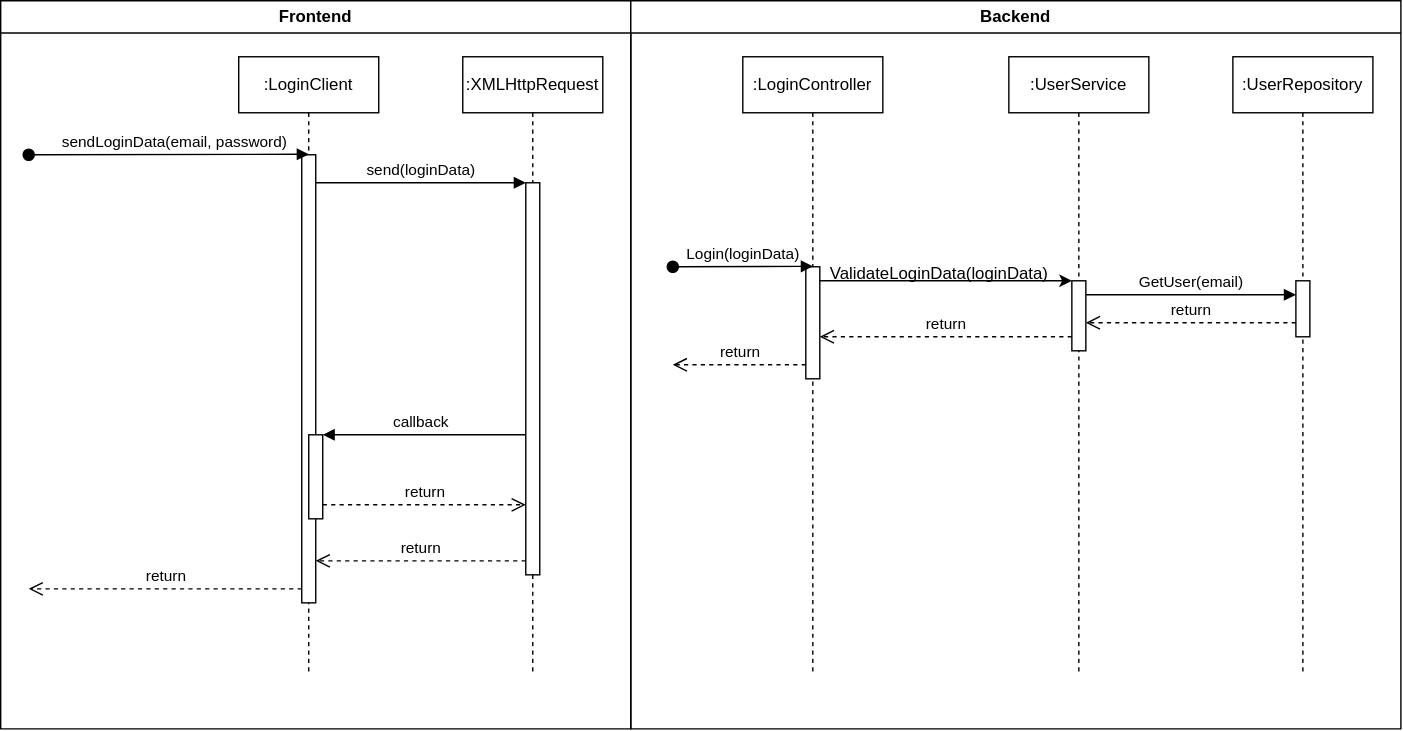
This is Project_Doc/Diagrams/login-sequence-diagram.drawio.svg from SE-TINF22B6/CookHub, a draw.io export, as it was before one commit. Source tidied: cells renumbered, new cells last; positions are measured from the earlier drawing's top-left corner, leaving out a move shared by most shapes.
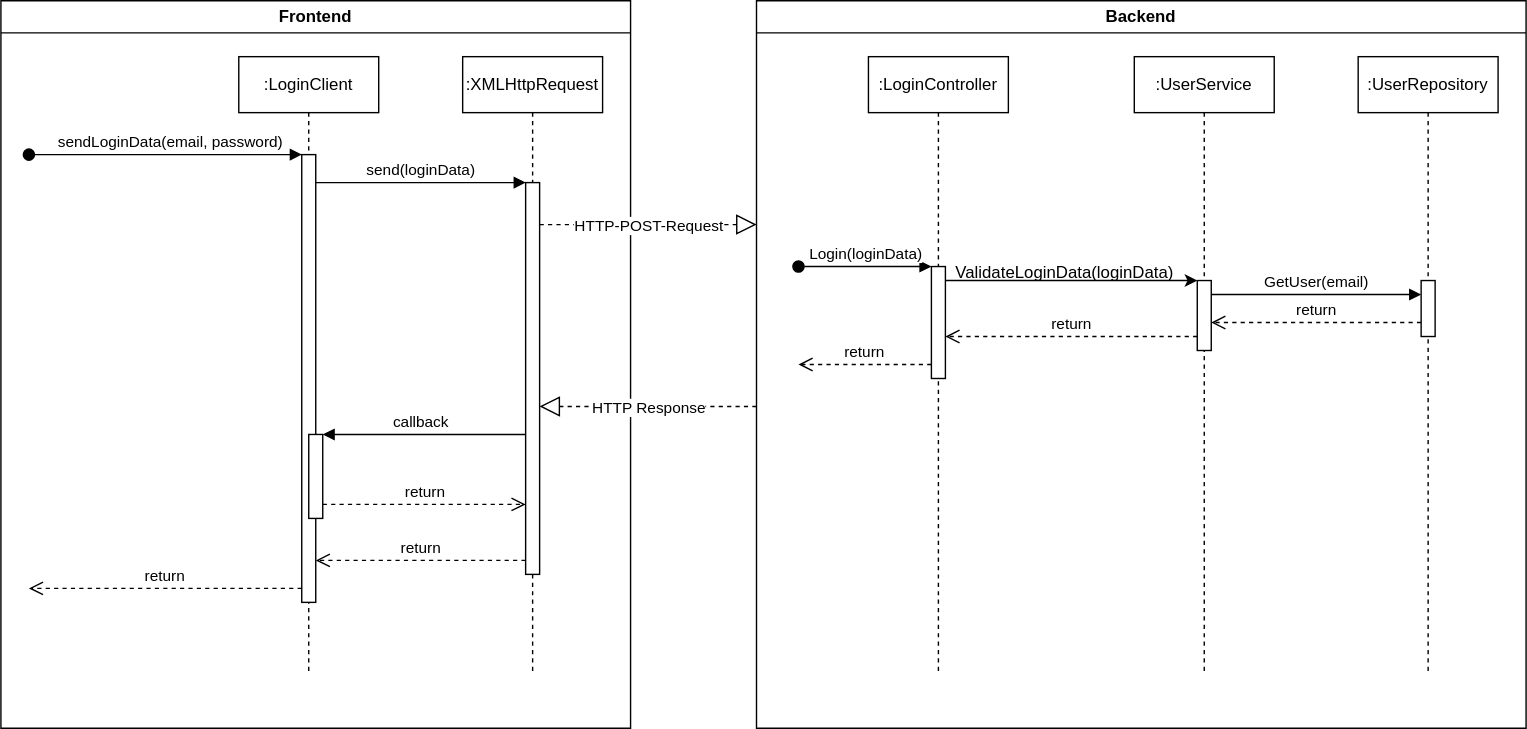
The same file after the commit.

Diff of the diagram source:
```diff
@@ -3,7 +3,7 @@
     <mxCell id="0" />
     <mxCell id="1" parent="0" />
     <mxCell id="2" value=":LoginClient" style="shape=umlLifeline;perimeter=lifelinePerimeter;whiteSpace=wrap;html=1;newEdgeStyle={&quot;edgeStyle&quot;:&quot;elbowEdgeStyle&quot;,&quot;elbow&quot;:&quot;vertical&quot;,&quot;curved&quot;:0,&quot;rounded&quot;:0};" parent="1" vertex="1">
-      <mxGeometry x="170" y="40" width="100" height="440" as="geometry" />
+      <mxGeometry x="80" y="40" width="100" height="440" as="geometry" />
     </mxCell>
     <mxCell id="3" style="html=1;points=[];perimeter=orthogonalPerimeter;outlineConnect=0;targetShapes=umlLifeline;portConstraint=eastwest;newEdgeStyle={&quot;edgeStyle&quot;:&quot;elbowEdgeStyle&quot;,&quot;elbow&quot;:&quot;vertical&quot;,&quot;curved&quot;:0,&quot;rounded&quot;:0};" parent="2" vertex="1">
       <mxGeometry x="45" y="70" width="10" height="320" as="geometry" />
@@ -14,7 +14,7 @@
       </mxGeometry>
     </mxCell>
     <mxCell id="5" value=":XMLHttpRequest" style="shape=umlLifeline;perimeter=lifelinePerimeter;whiteSpace=wrap;html=1;newEdgeStyle={&quot;edgeStyle&quot;:&quot;elbowEdgeStyle&quot;,&quot;elbow&quot;:&quot;vertical&quot;,&quot;curved&quot;:0,&quot;rounded&quot;:0};" parent="1" vertex="1">
-      <mxGeometry x="330" y="40" width="100" height="440" as="geometry" />
+      <mxGeometry x="240" y="40" width="100" height="440" as="geometry" />
     </mxCell>
     <mxCell id="6" style="html=1;points=[];perimeter=orthogonalPerimeter;outlineConnect=0;targetShapes=umlLifeline;portConstraint=eastwest;newEdgeStyle={&quot;edgeStyle&quot;:&quot;elbowEdgeStyle&quot;,&quot;elbow&quot;:&quot;vertical&quot;,&quot;curved&quot;:0,&quot;rounded&quot;:0};" parent="5" vertex="1">
       <mxGeometry x="45" y="90" width="10" height="280" as="geometry" />
@@ -61,7 +61,7 @@
     <mxCell id="12" value="send(loginData)" style="html=1;verticalAlign=bottom;endArrow=block;edgeStyle=elbowEdgeStyle;elbow=vertical;curved=0;rounded=0;" parent="1" edge="1" source="3" target="6">
       <mxGeometry relative="1" as="geometry">
         <Array as="points">
-          <mxPoint x="295" y="130" />
+          <mxPoint x="205" y="130" />
         </Array>
       </mxGeometry>
     </mxCell>
@@ -99,8 +99,17 @@
       </mxGeometry>
     </mxCell>
     <mxCell id="21" value="Frontend" style="swimlane;whiteSpace=wrap;html=1;" parent="1" vertex="1">
-      <mxGeometry width="450" height="520" as="geometry" />
+      <mxGeometry x="-90" width="450" height="520" as="geometry" />
     </mxCell>
+    <mxCell id="28" style="endArrow=block;dashed=1;endFill=0;endSize=12;html=1;rounded=0;" parent="21" edge="1">
+      <mxGeometry relative="1" as="geometry">
+        <mxPoint x="385" y="160" as="sourcePoint" />
+        <mxPoint x="540" y="160" as="targetPoint" />
+      </mxGeometry>
+    </mxCell>
+    <mxCell id="29" value="HTTP-POST-Request" style="edgeLabel;html=1;align=center;verticalAlign=middle;" parent="28" vertex="1">
+      <mxGeometry relative="1" as="geometry" />
+    </mxCell>
     <mxCell id="22" value="Backend" style="swimlane;whiteSpace=wrap;html=1;" parent="1" vertex="1">
       <mxGeometry x="450" width="550" height="520" as="geometry" />
     </mxCell>
@@ -135,5 +144,14 @@
         </Array>
       </mxGeometry>
     </mxCell>
+    <mxCell id="30" style="endArrow=block;dashed=1;endFill=0;endSize=12;html=1;rounded=0;" parent="1" edge="1">
+      <mxGeometry relative="1" as="geometry">
+        <mxPoint x="450" y="290" as="sourcePoint" />
+        <mxPoint x="295" y="290" as="targetPoint" />
+      </mxGeometry>
+    </mxCell>
+    <mxCell id="31" value="HTTP Response" style="edgeLabel;html=1;align=center;verticalAlign=middle;" parent="30" vertex="1">
+      <mxGeometry x="0.01" relative="1" as="geometry" />
+    </mxCell>
   </root>
 </mxGraphModel>
```
